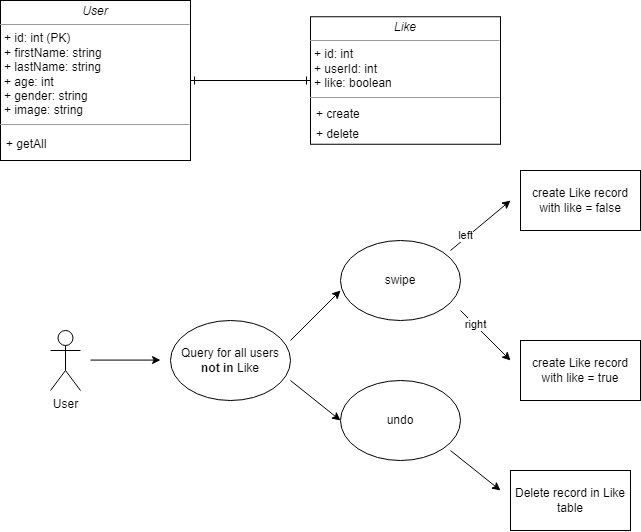
The draw.io diagram uml.png in winghang97/tinder-clone, before a commit. Source tidied: cells renumbered, new cells last; positions are measured from the earlier drawing's top-left corner, leaving out a move shared by most shapes.
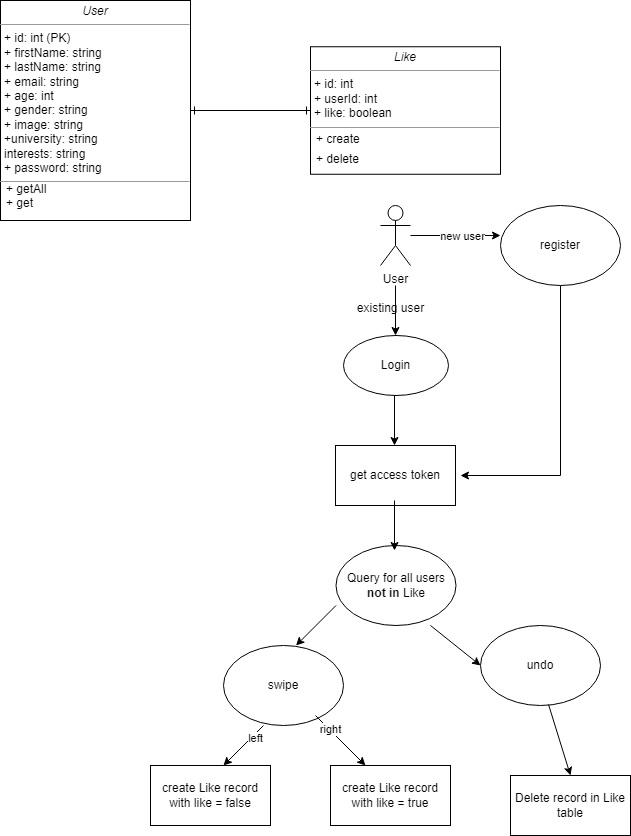
The same file after the commit.

Commit message:
update uml diagram

Diff of the diagram source:
```diff
@@ -5,14 +5,14 @@
     <mxCell id="2" style="edgeStyle=orthogonalEdgeStyle;rounded=0;jettySize=auto;html=1;entryX=0;entryY=0.5;entryDx=0;entryDy=0;startArrow=ERone;startFill=0;endArrow=ERone;endFill=0;" parent="1" edge="1" source="3" target="4">
       <mxGeometry relative="1" as="geometry" />
     </mxCell>
-    <mxCell id="3" value="&lt;p style=&quot;margin: 0px ; margin-top: 4px ; text-align: center&quot;&gt;&lt;i&gt;User&lt;/i&gt;&lt;/p&gt;&lt;hr size=&quot;1&quot;&gt;&lt;p style=&quot;margin: 0px ; margin-left: 4px&quot;&gt;+ id: int (PK)&lt;br&gt;&lt;/p&gt;&lt;p style=&quot;margin: 0px ; margin-left: 4px&quot;&gt;+ firstName: string&lt;/p&gt;&lt;p style=&quot;margin: 0px ; margin-left: 4px&quot;&gt;+ lastName: string&lt;/p&gt;&lt;p style=&quot;margin: 0px ; margin-left: 4px&quot;&gt;+ age: int&lt;/p&gt;&lt;p style=&quot;margin: 0px ; margin-left: 4px&quot;&gt;+ gender: string&lt;/p&gt;&lt;p style=&quot;margin: 0px ; margin-left: 4px&quot;&gt;+ image: string&lt;/p&gt;&lt;hr size=&quot;1&quot;&gt;&lt;p style=&quot;margin: 0px ; margin-left: 4px&quot;&gt;&lt;br&gt;&lt;/p&gt;" style="verticalAlign=top;align=left;overflow=fill;fontSize=12;fontFamily=Helvetica;html=1;rounded=0;shadow=0;comic=0;labelBackgroundColor=none;strokeWidth=1;" parent="1" vertex="1">
-      <mxGeometry width="190" height="160" as="geometry" />
+    <mxCell id="3" value="&lt;p style=&quot;margin: 0px ; margin-top: 4px ; text-align: center&quot;&gt;&lt;i&gt;User&lt;/i&gt;&lt;/p&gt;&lt;hr size=&quot;1&quot;&gt;&lt;p style=&quot;margin: 0px ; margin-left: 4px&quot;&gt;+ id: int (PK)&lt;br&gt;&lt;/p&gt;&lt;p style=&quot;margin: 0px ; margin-left: 4px&quot;&gt;+ firstName: string&lt;/p&gt;&lt;p style=&quot;margin: 0px ; margin-left: 4px&quot;&gt;+ lastName: string&lt;/p&gt;&lt;p style=&quot;margin: 0px ; margin-left: 4px&quot;&gt;+ email: string&lt;/p&gt;&lt;p style=&quot;margin: 0px ; margin-left: 4px&quot;&gt;+ age: int&lt;/p&gt;&lt;p style=&quot;margin: 0px ; margin-left: 4px&quot;&gt;+ gender: string&lt;/p&gt;&lt;p style=&quot;margin: 0px ; margin-left: 4px&quot;&gt;+ image: string&lt;/p&gt;&lt;p style=&quot;margin: 0px ; margin-left: 4px&quot;&gt;+university: string&lt;/p&gt;&lt;p style=&quot;margin: 0px ; margin-left: 4px&quot;&gt;interests: string&lt;/p&gt;&lt;p style=&quot;margin: 0px ; margin-left: 4px&quot;&gt;+ password: string&lt;/p&gt;&lt;hr size=&quot;1&quot;&gt;&lt;p style=&quot;margin: 0px ; margin-left: 4px&quot;&gt;&lt;br&gt;&lt;/p&gt;" style="verticalAlign=top;align=left;overflow=fill;fontSize=12;fontFamily=Helvetica;html=1;rounded=0;shadow=0;comic=0;labelBackgroundColor=none;strokeWidth=1;" parent="1" vertex="1">
+      <mxGeometry y="-25" width="190" height="220" as="geometry" />
     </mxCell>
     <mxCell id="4" value="&lt;p style=&quot;margin: 0px ; margin-top: 4px ; text-align: center&quot;&gt;&lt;i&gt;Like&lt;/i&gt;&lt;/p&gt;&lt;hr size=&quot;1&quot;&gt;&lt;p style=&quot;margin: 0px ; margin-left: 4px&quot;&gt;+ id: int&lt;br&gt;+ userId: int&lt;/p&gt;&lt;p style=&quot;margin: 0px ; margin-left: 4px&quot;&gt;+ like: boolean&lt;/p&gt;&lt;hr size=&quot;1&quot;&gt;&lt;p style=&quot;margin: 0px ; margin-left: 4px&quot;&gt;&lt;br&gt;&lt;/p&gt;" style="verticalAlign=top;align=left;overflow=fill;fontSize=12;fontFamily=Helvetica;html=1;rounded=0;shadow=0;comic=0;labelBackgroundColor=none;strokeWidth=1;" parent="1" vertex="1">
-      <mxGeometry x="310" y="16.2" width="190" height="127.5" as="geometry" />
+      <mxGeometry x="310" y="21.2" width="190" height="127.5" as="geometry" />
     </mxCell>
-    <mxCell id="5" value="+ getAll" style="text;strokeColor=none;fillColor=none;align=left;verticalAlign=top;spacingLeft=4;spacingRight=4;overflow=hidden;" parent="1" vertex="1">
-      <mxGeometry y="130" width="100" height="30" as="geometry" />
+    <mxCell id="5" value="+ getAll&#10;+ get" style="text;strokeColor=none;fillColor=none;align=left;verticalAlign=top;spacingLeft=4;spacingRight=4;overflow=hidden;" parent="1" vertex="1">
+      <mxGeometry y="150" width="100" height="30" as="geometry" />
     </mxCell>
     <mxCell id="6" value="+ create" style="text;strokeColor=none;fillColor=none;align=left;verticalAlign=top;spacingLeft=4;spacingRight=4;overflow=hidden;" parent="1" vertex="1">
       <mxGeometry x="310" y="100" width="100" height="30" as="geometry" />
@@ -21,30 +21,29 @@
       <mxGeometry x="310" y="120" width="100" height="30" as="geometry" />
     </mxCell>
     <mxCell id="8" value="User" style="shape=umlActor;verticalLabelPosition=bottom;verticalAlign=top;html=1;" parent="1" vertex="1">
-      <mxGeometry x="50" y="330" width="30" height="60" as="geometry" />
+      <mxGeometry x="380" y="180" width="30" height="60" as="geometry" />
     </mxCell>
     <mxCell id="9" style="endArrow=classic;html=1;rounded=0;" parent="1" edge="1">
       <mxGeometry relative="1" as="geometry">
-        <mxPoint x="290" y="340" as="sourcePoint" />
-        <mxPoint x="340" y="290" as="targetPoint" />
+        <mxPoint x="335.5" y="580" as="sourcePoint" />
+        <mxPoint x="295.5" y="620" as="targetPoint" />
       </mxGeometry>
     </mxCell>
     <mxCell id="10" style="endArrow=classic;html=1;rounded=0;" parent="1" edge="1">
       <mxGeometry relative="1" as="geometry">
-        <mxPoint x="290" y="380" as="sourcePoint" />
-        <mxPoint x="340" y="420" as="targetPoint" />
+        <mxPoint x="430" y="600" as="sourcePoint" />
+        <mxPoint x="480" y="640" as="targetPoint" />
       </mxGeometry>
     </mxCell>
     <mxCell id="11" value="swipe" style="ellipse;whiteSpace=wrap;html=1;" parent="1" vertex="1">
-      <mxGeometry x="340" y="240" width="120" height="80" as="geometry" />
+      <mxGeometry x="223" y="620" width="120" height="80" as="geometry" />
     </mxCell>
     <mxCell id="12" value="undo" style="ellipse;whiteSpace=wrap;html=1;" parent="1" vertex="1">
-      <mxGeometry x="340" y="380" width="120" height="80" as="geometry" />
+      <mxGeometry x="480" y="600" width="120" height="80" as="geometry" />
     </mxCell>
-    <mxCell id="13" style="endArrow=classic;html=1;rounded=0;" parent="1" edge="1">
+    <mxCell id="13" style="endArrow=classic;html=1;rounded=0;entryX=0.608;entryY=0;entryDx=0;entryDy=0;entryPerimeter=0;" parent="1" edge="1" target="17">
       <mxGeometry relative="1" as="geometry">
-        <mxPoint x="450" y="250" as="sourcePoint" />
-        <mxPoint x="510" y="200" as="targetPoint" />
+        <mxPoint x="263" y="700" as="sourcePoint" />
       </mxGeometry>
     </mxCell>
     <mxCell id="14" value="left" style="edgeLabel;html=1;align=center;verticalAlign=middle;" parent="13" vertex="1">
@@ -52,36 +51,73 @@
     </mxCell>
     <mxCell id="15" style="endArrow=classic;html=1;rounded=0;" parent="1" edge="1">
       <mxGeometry relative="1" as="geometry">
-        <mxPoint x="460" y="310" as="sourcePoint" />
-        <mxPoint x="510" y="360" as="targetPoint" />
+        <mxPoint x="315" y="690" as="sourcePoint" />
+        <mxPoint x="365" y="740" as="targetPoint" />
       </mxGeometry>
     </mxCell>
     <mxCell id="16" value="right" style="edgeLabel;html=1;align=center;verticalAlign=middle;" parent="15" vertex="1">
       <mxGeometry x="-0.44" y="1" relative="1" as="geometry" />
     </mxCell>
     <mxCell id="17" value="create Like record with like = false" style="rounded=0;whiteSpace=wrap;html=1;" parent="1" vertex="1">
-      <mxGeometry x="520" y="170" width="120" height="60" as="geometry" />
+      <mxGeometry x="150" y="740" width="120" height="60" as="geometry" />
     </mxCell>
     <mxCell id="18" value="create Like record with like = true" style="rounded=0;whiteSpace=wrap;html=1;" parent="1" vertex="1">
-      <mxGeometry x="520" y="340" width="120" height="60" as="geometry" />
+      <mxGeometry x="330" y="740" width="120" height="60" as="geometry" />
     </mxCell>
-    <mxCell id="19" style="endArrow=classic;html=1;rounded=0;" parent="1" edge="1">
-      <mxGeometry relative="1" as="geometry">
-        <mxPoint x="90" y="359.6" as="sourcePoint" />
-        <mxPoint x="160" y="359.6" as="targetPoint" />
-      </mxGeometry>
-    </mxCell>
     <mxCell id="20" value="Query for all users &lt;b&gt;not in&lt;/b&gt; Like" style="ellipse;whiteSpace=wrap;html=1;" parent="1" vertex="1">
-      <mxGeometry x="170" y="320" width="120" height="80" as="geometry" />
+      <mxGeometry x="335.5" y="520" width="120" height="80" as="geometry" />
     </mxCell>
-    <mxCell id="21" style="endArrow=classic;html=1;rounded=0;" parent="1" edge="1">
-      <mxGeometry relative="1" as="geometry">
-        <mxPoint x="450" y="450" as="sourcePoint" />
-        <mxPoint x="500" y="490" as="targetPoint" />
-      </mxGeometry>
+    <mxCell id="21" style="endArrow=classic;html=1;rounded=0;exitX=0.567;exitY=0.988;exitDx=0;exitDy=0;exitPerimeter=0;entryX=0.5;entryY=0;entryDx=0;entryDy=0;" parent="1" edge="1" source="12" target="22">
+      <mxGeometry relative="1" as="geometry" />
     </mxCell>
     <mxCell id="22" value="Delete record in Like table" style="rounded=0;whiteSpace=wrap;html=1;" parent="1" vertex="1">
-      <mxGeometry x="510" y="470" width="120" height="60" as="geometry" />
+      <mxGeometry x="510" y="750" width="120" height="60" as="geometry" />
     </mxCell>
+    <mxCell id="23" style="endArrow=classic;html=1;rounded=0;" parent="1" edge="1">
+      <mxGeometry relative="1" as="geometry">
+        <mxPoint x="395" y="260" as="sourcePoint" />
+        <mxPoint x="395" y="310" as="targetPoint" />
+      </mxGeometry>
+    </mxCell>
+    <mxCell id="24" value="Login" style="ellipse;whiteSpace=wrap;html=1;" parent="1" vertex="1">
+      <mxGeometry x="343" y="310" width="105" height="60" as="geometry" />
+    </mxCell>
+    <mxCell id="25" value="get access token" style="rounded=0;whiteSpace=wrap;html=1;" parent="1" vertex="1">
+      <mxGeometry x="335" y="420" width="120" height="60" as="geometry" />
+    </mxCell>
+    <mxCell id="26" style="endArrow=classic;html=1;rounded=0;" parent="1" edge="1">
+      <mxGeometry relative="1" as="geometry">
+        <mxPoint x="394" y="370" as="sourcePoint" />
+        <mxPoint x="394" y="420" as="targetPoint" />
+      </mxGeometry>
+    </mxCell>
+    <mxCell id="27" style="endArrow=classic;html=1;rounded=0;" parent="1" edge="1">
+      <mxGeometry relative="1" as="geometry">
+        <mxPoint x="394" y="475" as="sourcePoint" />
+        <mxPoint x="394" y="525" as="targetPoint" />
+      </mxGeometry>
+    </mxCell>
+    <mxCell id="28" style="endArrow=classic;html=1;rounded=0;" parent="1" edge="1" source="8">
+      <mxGeometry relative="1" as="geometry">
+        <mxPoint x="500" y="210" as="targetPoint" />
+      </mxGeometry>
+    </mxCell>
+    <mxCell id="29" value="new user" style="edgeLabel;html=1;align=center;verticalAlign=middle;" parent="28" vertex="1">
+      <mxGeometry x="0.13" relative="1" as="geometry" />
+    </mxCell>
+    <mxCell id="30" value="existing user" style="text;html=1;align=center;verticalAlign=middle;strokeColor=none;fillColor=none;" parent="1" vertex="1">
+      <mxGeometry x="345" y="268" width="90" height="30" as="geometry" />
+    </mxCell>
+    <mxCell id="31" value="register" style="ellipse;whiteSpace=wrap;html=1;" parent="1" vertex="1">
+      <mxGeometry x="500" y="180" width="120" height="80" as="geometry" />
+    </mxCell>
+    <mxCell id="32" style="endArrow=classic;html=1;rounded=0;exitX=0.5;exitY=1;exitDx=0;exitDy=0;" parent="1" edge="1" source="31">
+      <mxGeometry relative="1" as="geometry">
+        <mxPoint x="460" y="450" as="targetPoint" />
+        <Array as="points">
+          <mxPoint x="560" y="450" />
+        </Array>
+      </mxGeometry>
+    </mxCell>
   </root>
 </mxGraphModel>
```
